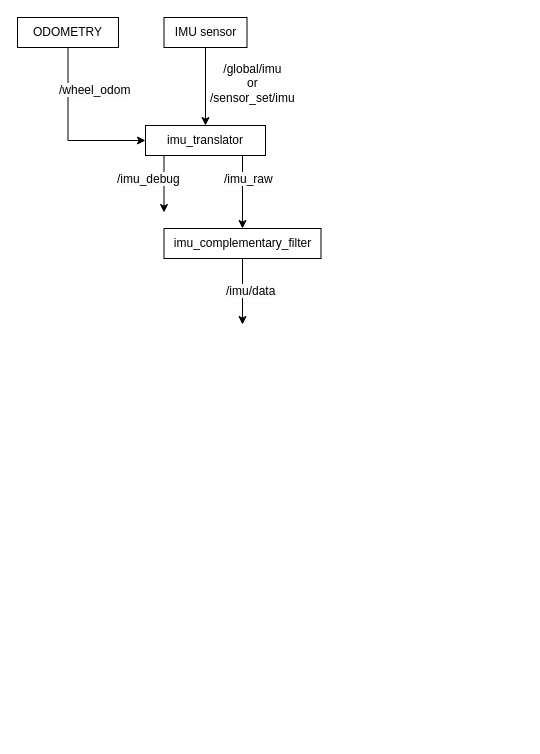
Before: imu_translator.drawio in sdswoops824/myrepo, a draw.io diagram. Source tidied: cells renumbered, new cells numbered last; positions are measured from the earlier drawing's top-left corner, leaving out a move shared by most shapes. Both pictures are drawn from the tidied source at 100%, with x=0, y=0 at pixel (17, 17).
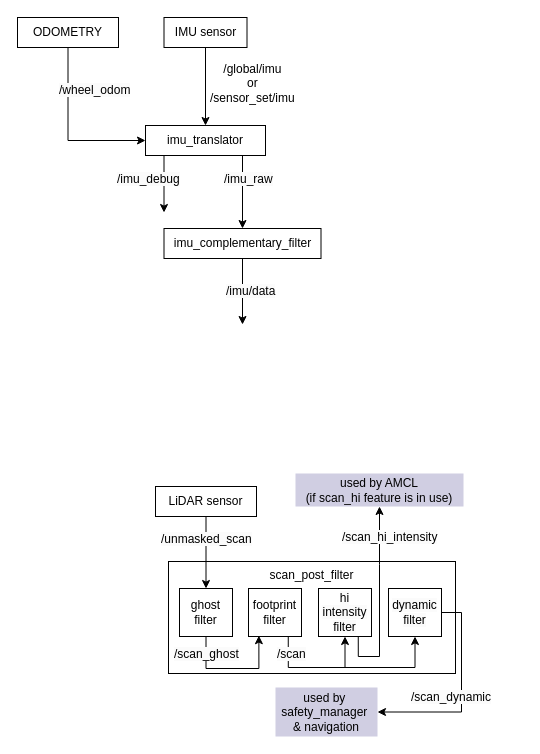
The same page after the edit.

Change to the diagram source:
```diff
@@
+    <mxCell id="16" value="LiDAR sensor" style="rounded=0;whiteSpace=wrap;html=1;" parent="1" vertex="1">
+      <mxGeometry x="138" y="469" width="101" height="30" as="geometry" />
+    </mxCell>
+    <mxCell id="17" value="scan_post_filter" style="rounded=0;whiteSpace=wrap;html=1;verticalAlign=top;" parent="1" vertex="1">
+      <mxGeometry x="151" y="544" width="287" height="112" as="geometry" />
+    </mxCell>
+    <mxCell id="18" style="edgeStyle=orthogonalEdgeStyle;rounded=0;jettySize=auto;html=1;exitX=0.5;exitY=1;exitDx=0;exitDy=0;entryX=0.196;entryY=0.983;entryDx=0;entryDy=0;entryPerimeter=0;" parent="1" edge="1" source="19" target="20">
+      <mxGeometry relative="1" as="geometry">
+        <Array as="points">
+          <mxPoint x="189" y="651" />
+          <mxPoint x="242" y="651" />
+          <mxPoint x="242" y="618" />
+        </Array>
+      </mxGeometry>
+    </mxCell>
+    <mxCell id="19" value="ghost filter" style="rounded=0;whiteSpace=wrap;html=1;" parent="1" vertex="1">
+      <mxGeometry x="162" y="571" width="53" height="48" as="geometry" />
+    </mxCell>
+    <mxCell id="20" value="footprint filter" style="rounded=0;whiteSpace=wrap;html=1;" parent="1" vertex="1">
+      <mxGeometry x="231" y="571" width="53" height="48" as="geometry" />
+    </mxCell>
+    <mxCell id="21" style="edgeStyle=orthogonalEdgeStyle;rounded=0;jettySize=auto;html=1;exitX=0.75;exitY=1;exitDx=0;exitDy=0;entryX=0.5;entryY=1;entryDx=0;entryDy=0;" parent="1" edge="1" source="22" target="29">
+      <mxGeometry relative="1" as="geometry">
+        <Array as="points">
+          <mxPoint x="341" y="639" />
+          <mxPoint x="362" y="639" />
+          <mxPoint x="362" y="547" />
+        </Array>
+      </mxGeometry>
+    </mxCell>
+    <mxCell id="22" value="&lt;span style=&quot;color: rgb(0, 0, 0); font-family: Helvetica; font-size: 12px; font-style: normal; font-variant-ligatures: normal; font-variant-caps: normal; font-weight: 400; letter-spacing: normal; orphans: 2; text-align: center; text-indent: 0px; text-transform: none; widows: 2; word-spacing: 0px; -webkit-text-stroke-width: 0px; white-space: normal; background-color: rgb(251, 251, 251); text-decoration-thickness: initial; text-decoration-style: initial; text-decoration-color: initial; display: inline !important; float: none;&quot;&gt;hi intensity filter&lt;/span&gt;" style="rounded=0;whiteSpace=wrap;html=1;" parent="1" vertex="1">
+      <mxGeometry x="301" y="571" width="53" height="48" as="geometry" />
+    </mxCell>
+    <mxCell id="23" value="&lt;span style=&quot;color: rgb(0, 0, 0); font-family: Helvetica; font-size: 12px; font-style: normal; font-variant-ligatures: normal; font-variant-caps: normal; font-weight: 400; letter-spacing: normal; orphans: 2; text-align: center; text-indent: 0px; text-transform: none; widows: 2; word-spacing: 0px; -webkit-text-stroke-width: 0px; white-space: nowrap; background-color: rgb(251, 251, 251); text-decoration-thickness: initial; text-decoration-style: initial; text-decoration-color: initial; display: inline !important; float: none;&quot;&gt;/scan_ghost&lt;/span&gt;" style="text;whiteSpace=wrap;html=1;" parent="1" vertex="1">
+      <mxGeometry x="155" y="623" width="77" height="21" as="geometry" />
+    </mxCell>
+    <mxCell id="24" value="&lt;span style=&quot;color: rgb(0, 0, 0); font-family: Helvetica; font-size: 12px; font-style: normal; font-variant-ligatures: normal; font-variant-caps: normal; font-weight: 400; letter-spacing: normal; orphans: 2; text-align: center; text-indent: 0px; text-transform: none; widows: 2; word-spacing: 0px; -webkit-text-stroke-width: 0px; white-space: nowrap; background-color: rgb(251, 251, 251); text-decoration-thickness: initial; text-decoration-style: initial; text-decoration-color: initial; display: inline !important; float: none;&quot;&gt;/scan_hi_intensity&lt;/span&gt;" style="text;whiteSpace=wrap;html=1;" parent="1" vertex="1">
+      <mxGeometry x="322.5" y="506" width="113" height="36" as="geometry" />
+    </mxCell>
+    <mxCell id="25" style="edgeStyle=orthogonalEdgeStyle;rounded=0;jettySize=auto;html=1;exitX=0.5;exitY=1;exitDx=0;exitDy=0;entryX=0.5;entryY=0;entryDx=0;entryDy=0;" parent="1" edge="1" source="16" target="19">
+      <mxGeometry relative="1" as="geometry" />
+    </mxCell>
+    <mxCell id="26" style="edgeStyle=orthogonalEdgeStyle;rounded=0;jettySize=auto;html=1;exitX=0.75;exitY=1;exitDx=0;exitDy=0;entryX=0.5;entryY=1;entryDx=0;entryDy=0;" parent="1" edge="1" source="20" target="22">
+      <mxGeometry relative="1" as="geometry">
+        <Array as="points">
+          <mxPoint x="271" y="650" />
+          <mxPoint x="328" y="650" />
+        </Array>
+      </mxGeometry>
+    </mxCell>
+    <mxCell id="27" value="&lt;span style=&quot;color: rgb(0, 0, 0); font-family: Helvetica; font-size: 12px; font-style: normal; font-variant-ligatures: normal; font-variant-caps: normal; font-weight: 400; letter-spacing: normal; orphans: 2; text-align: center; text-indent: 0px; text-transform: none; widows: 2; word-spacing: 0px; -webkit-text-stroke-width: 0px; white-space: nowrap; background-color: rgb(251, 251, 251); text-decoration-thickness: initial; text-decoration-style: initial; text-decoration-color: initial; display: inline !important; float: none;&quot;&gt;/scan&lt;/span&gt;" style="text;whiteSpace=wrap;html=1;" parent="1" vertex="1">
+      <mxGeometry x="258" y="623" width="34" height="26" as="geometry" />
+    </mxCell>
+    <mxCell id="28" value="&lt;span style=&quot;color: rgb(0, 0, 0); font-family: Helvetica; font-size: 12px; font-style: normal; font-variant-ligatures: normal; font-variant-caps: normal; font-weight: 400; letter-spacing: normal; orphans: 2; text-align: center; text-indent: 0px; text-transform: none; widows: 2; word-spacing: 0px; -webkit-text-stroke-width: 0px; white-space: nowrap; background-color: rgb(251, 251, 251); text-decoration-thickness: initial; text-decoration-style: initial; text-decoration-color: initial; display: inline !important; float: none;&quot;&gt;/unmasked_scan&lt;/span&gt;" style="text;whiteSpace=wrap;html=1;" parent="1" vertex="1">
+      <mxGeometry x="142" y="508" width="113" height="36" as="geometry" />
+    </mxCell>
+    <mxCell id="29" value="used by AMCL&lt;div&gt;(if scan_hi feature is in use)&lt;/div&gt;" style="rounded=0;whiteSpace=wrap;html=1;strokeColor=none;fillColor=#d0cee2;" parent="1" vertex="1">
+      <mxGeometry x="278" y="456" width="168" height="33" as="geometry" />
+    </mxCell>
+    <mxCell id="30" style="edgeStyle=orthogonalEdgeStyle;rounded=0;jettySize=auto;html=1;exitX=1;exitY=0.5;exitDx=0;exitDy=0;entryX=1;entryY=0.5;entryDx=0;entryDy=0;" parent="1" edge="1" source="31" target="33">
+      <mxGeometry relative="1" as="geometry" />
+    </mxCell>
+    <mxCell id="31" value="&lt;span style=&quot;color: rgb(0, 0, 0); font-family: Helvetica; font-size: 12px; font-style: normal; font-variant-ligatures: normal; font-variant-caps: normal; font-weight: 400; letter-spacing: normal; orphans: 2; text-align: center; text-indent: 0px; text-transform: none; widows: 2; word-spacing: 0px; -webkit-text-stroke-width: 0px; white-space: normal; background-color: rgb(251, 251, 251); text-decoration-thickness: initial; text-decoration-style: initial; text-decoration-color: initial; display: inline !important; float: none;&quot;&gt;dynamic filter&lt;/span&gt;" style="rounded=0;whiteSpace=wrap;html=1;" parent="1" vertex="1">
+      <mxGeometry x="371" y="571" width="53" height="48" as="geometry" />
+    </mxCell>
+    <mxCell id="32" style="edgeStyle=orthogonalEdgeStyle;rounded=0;jettySize=auto;html=1;entryX=0.5;entryY=1;entryDx=0;entryDy=0;" parent="1" edge="1" target="31">
+      <mxGeometry relative="1" as="geometry">
+        <mxPoint x="327" y="650" as="sourcePoint" />
+        <Array as="points">
+          <mxPoint x="281" y="650" />
+          <mxPoint x="398" y="650" />
+          <mxPoint x="398" y="619" />
+        </Array>
+      </mxGeometry>
+    </mxCell>
+    <mxCell id="33" value="used by&amp;nbsp;&lt;div&gt;safety_manager&amp;nbsp;&lt;/div&gt;&lt;div&gt;&amp;amp; navigation&lt;/div&gt;" style="rounded=0;whiteSpace=wrap;html=1;strokeColor=none;fillColor=#d0cee2;" parent="1" vertex="1">
+      <mxGeometry x="258" y="670" width="102" height="49" as="geometry" />
+    </mxCell>
+    <mxCell id="34" value="&lt;span style=&quot;color: rgb(0, 0, 0); font-family: Helvetica; font-size: 12px; font-style: normal; font-variant-ligatures: normal; font-variant-caps: normal; font-weight: 400; letter-spacing: normal; orphans: 2; text-align: center; text-indent: 0px; text-transform: none; widows: 2; word-spacing: 0px; -webkit-text-stroke-width: 0px; white-space: nowrap; background-color: rgb(251, 251, 251); text-decoration-thickness: initial; text-decoration-style: initial; text-decoration-color: initial; display: inline !important; float: none;&quot;&gt;/scan_dynamic&lt;/span&gt;" style="text;whiteSpace=wrap;html=1;" parent="1" vertex="1">
+      <mxGeometry x="392" y="666" width="113" height="36" as="geometry" />
+    </mxCell>
```
